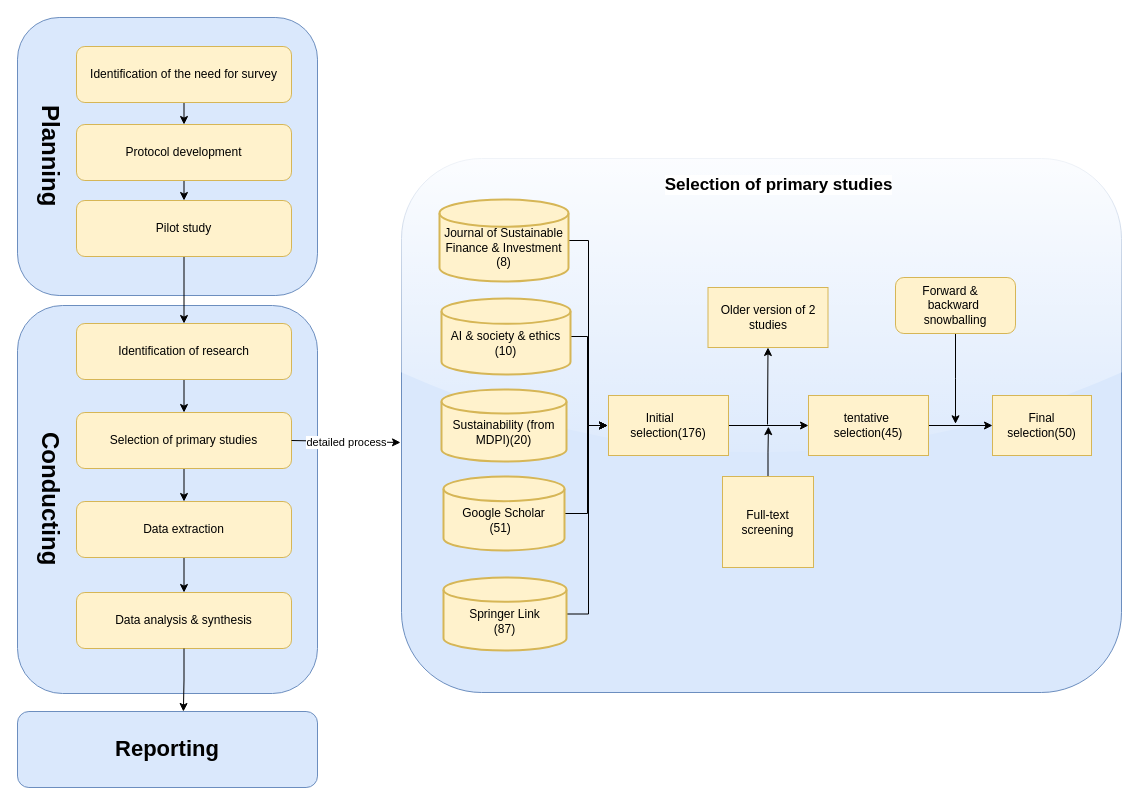
Above: Untitled Diagram.drawio in Micright/Lucas-Li (draw.io), before the change. Source tidied: cells renumbered, new cells numbered last; positions are measured from the earlier drawing's top-left corner, leaving out a move shared by most shapes. Both pictures are drawn from the tidied source at 100%, with x=0, y=0 at pixel (17, 17).
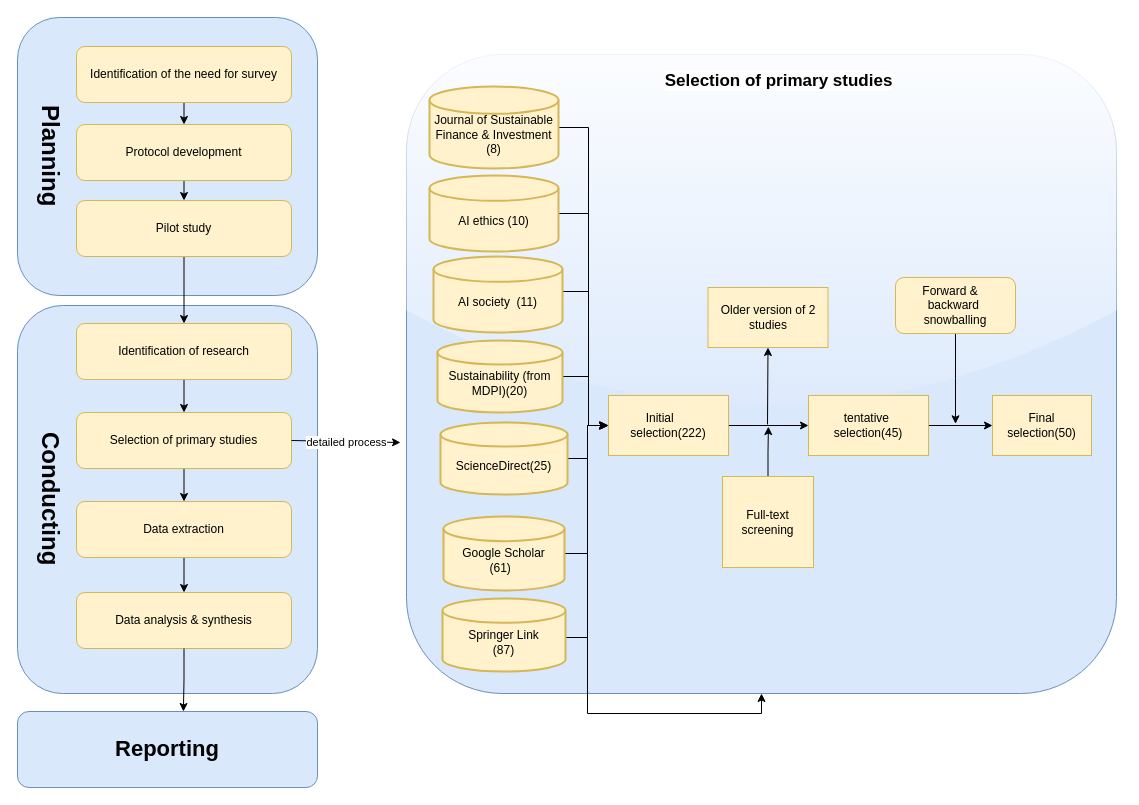
After the change.

The edit, as a diff of the source:
```diff
@@
     <mxCell id="21" value="&lt;span&gt;&lt;font style=&quot;font-size: 17px;&quot;&gt;&lt;b&gt;Selection of primary studies&lt;/b&gt;&lt;/font&gt;&lt;/span&gt;" style="rounded=1;whiteSpace=wrap;html=1;align=center;glass=1;verticalAlign=top;spacingLeft=35;spacingTop=10;labelBackgroundColor=default;fillColor=#dae8fc;strokeColor=#6c8ebf;" parent="1" vertex="1">
-      <mxGeometry x="384" y="141" width="720" height="534" as="geometry" />
+      <mxGeometry x="389" y="37" width="710" height="639" as="geometry" />
     </mxCell>
     <mxCell id="22" style="edgeStyle=orthogonalEdgeStyle;rounded=0;jettySize=auto;html=1;exitX=1;exitY=0.5;exitDx=0;exitDy=0;exitPerimeter=0;entryX=0;entryY=0.5;entryDx=0;entryDy=0;" parent="1" edge="1" source="23">
       <mxGeometry relative="1" as="geometry">
         <mxPoint x="590" y="408" as="targetPoint" />
         <Array as="points">
-          <mxPoint x="570" y="496" />
+          <mxPoint x="570" y="536" />
           <mxPoint x="570" y="408" />
         </Array>
       </mxGeometry>
     </mxCell>
-    <mxCell id="23" value="&lt;div&gt;&lt;br&gt;&lt;/div&gt;Google Scholar&lt;br&gt;(51)&amp;nbsp;&amp;nbsp;" style="strokeWidth=2;html=1;shape=mxgraph.flowchart.database;whiteSpace=wrap;fillColor=#fff2cc;strokeColor=#d6b656;" parent="1" vertex="1">
-      <mxGeometry x="426" y="459" width="121" height="74" as="geometry" />
+    <mxCell id="23" value="&lt;div&gt;&lt;br&gt;&lt;/div&gt;Google Scholar&lt;br&gt;(61)&amp;nbsp;&amp;nbsp;" style="strokeWidth=2;html=1;shape=mxgraph.flowchart.database;whiteSpace=wrap;fillColor=#fff2cc;strokeColor=#d6b656;" parent="1" vertex="1">
+      <mxGeometry x="426" y="499" width="121" height="74" as="geometry" />
     </mxCell>
     <mxCell id="24" style="edgeStyle=orthogonalEdgeStyle;rounded=0;jettySize=auto;html=1;exitX=1;exitY=0.5;exitDx=0;exitDy=0;exitPerimeter=0;entryX=0;entryY=0.5;entryDx=0;entryDy=0;" parent="1" edge="1" source="25">
       <mxGeometry relative="1" as="geometry">
         <mxPoint x="590" y="408" as="targetPoint" />
         <Array as="points">
-          <mxPoint x="571" y="597" />
-          <mxPoint x="571" y="408" />
+          <mxPoint x="548" y="620" />
+          <mxPoint x="570" y="620" />
+          <mxPoint x="570" y="408" />
         </Array>
       </mxGeometry>
     </mxCell>
     <mxCell id="25" value="&lt;div&gt;&lt;br&gt;&lt;/div&gt;Springer Link&lt;br&gt;(87)" style="strokeWidth=2;html=1;shape=mxgraph.flowchart.database;whiteSpace=wrap;fillColor=#fff2cc;strokeColor=#d6b656;" parent="1" vertex="1">
-      <mxGeometry x="426" y="560" width="123" height="73" as="geometry" />
+      <mxGeometry x="425" y="581" width="123" height="73" as="geometry" />
     </mxCell>
     <mxCell id="26" style="edgeStyle=orthogonalEdgeStyle;rounded=0;jettySize=auto;html=1;exitX=1;exitY=0.5;exitDx=0;exitDy=0;exitPerimeter=0;entryX=0;entryY=0.5;entryDx=0;entryDy=0;" parent="1" edge="1" source="27">
       <mxGeometry relative="1" as="geometry">
         <mxPoint x="590" y="408" as="targetPoint" />
         <Array as="points">
-          <mxPoint x="571" y="223" />
+          <mxPoint x="571" y="110" />
           <mxPoint x="571" y="408" />
         </Array>
       </mxGeometry>
     </mxCell>
     <mxCell id="27" value="&lt;div&gt;&lt;br&gt;&lt;/div&gt;Journal of Sustainable Finance &amp;amp; Investment&lt;div&gt;(8)&lt;/div&gt;" style="strokeWidth=2;html=1;shape=mxgraph.flowchart.database;whiteSpace=wrap;fillColor=#fff2cc;strokeColor=#d6b656;" parent="1" vertex="1">
-      <mxGeometry x="422" y="182" width="129" height="82" as="geometry" />
+      <mxGeometry x="412" y="69" width="129" height="82" as="geometry" />
     </mxCell>
+    <mxCell id="43" style="edgeStyle=orthogonalEdgeStyle;rounded=0;jettySize=auto;html=1;exitX=1;exitY=0.5;exitDx=0;exitDy=0;exitPerimeter=0;entryX=0;entryY=0.5;entryDx=0;entryDy=0;" parent="1" edge="1" source="28" target="33">
+      <mxGeometry relative="1" as="geometry">
+        <Array as="points">
+          <mxPoint x="571" y="359" />
+          <mxPoint x="571" y="408" />
+        </Array>
+      </mxGeometry>
+    </mxCell>
     <mxCell id="28" value="&lt;div&gt;&lt;br&gt;&lt;/div&gt;Sustainability (from MDPI)(20)" style="strokeWidth=2;html=1;shape=mxgraph.flowchart.database;whiteSpace=wrap;fillColor=#fff2cc;strokeColor=#d6b656;" parent="1" vertex="1">
-      <mxGeometry x="424" y="372" width="125" height="72" as="geometry" />
+      <mxGeometry x="420" y="323" width="125" height="72" as="geometry" />
     </mxCell>
     <mxCell id="29" style="edgeStyle=orthogonalEdgeStyle;rounded=0;jettySize=auto;html=1;exitX=1;exitY=0.5;exitDx=0;exitDy=0;exitPerimeter=0;entryX=0;entryY=0.5;entryDx=0;entryDy=0;" parent="1" edge="1" source="30">
       <mxGeometry relative="1" as="geometry">
         <mxPoint x="590" y="408" as="targetPoint" />
         <Array as="points">
-          <mxPoint x="570" y="319" />
-          <mxPoint x="570" y="408" />
+          <mxPoint x="571" y="196" />
+          <mxPoint x="571" y="408" />
         </Array>
       </mxGeometry>
     </mxCell>
-    <mxCell id="30" value="&lt;div&gt;&lt;br&gt;&lt;/div&gt;AI &amp;amp; society &amp;amp; ethics (10)" style="strokeWidth=2;html=1;shape=mxgraph.flowchart.database;whiteSpace=wrap;fillColor=#fff2cc;strokeColor=#d6b656;" parent="1" vertex="1">
-      <mxGeometry x="424" y="281" width="129" height="76" as="geometry" />
+    <mxCell id="30" value="&lt;div&gt;&lt;br&gt;&lt;/div&gt;AI ethics (10)" style="strokeWidth=2;html=1;shape=mxgraph.flowchart.database;whiteSpace=wrap;fillColor=#fff2cc;strokeColor=#d6b656;" parent="1" vertex="1">
+      <mxGeometry x="412" y="158" width="129" height="76" as="geometry" />
     </mxCell>
@@
-    <mxCell id="33" value="Initial&amp;nbsp; &amp;nbsp; &amp;nbsp; selection(176)" style="rounded=0;whiteSpace=wrap;html=1;fillColor=#fff2cc;strokeColor=#d6b656;" parent="1" vertex="1">
+    <mxCell id="33" value="Initial&amp;nbsp; &amp;nbsp; &amp;nbsp; selection(222)" style="rounded=0;whiteSpace=wrap;html=1;fillColor=#fff2cc;strokeColor=#d6b656;" parent="1" vertex="1">
       <mxGeometry x="591" y="378" width="120" height="60" as="geometry" />
     </mxCell>
@@
+    <mxCell id="44" style="edgeStyle=orthogonalEdgeStyle;rounded=0;jettySize=auto;html=1;exitX=1;exitY=0.5;exitDx=0;exitDy=0;exitPerimeter=0;entryX=0;entryY=0.5;entryDx=0;entryDy=0;" parent="1" edge="1" source="45" target="33">
+      <mxGeometry relative="1" as="geometry">
+        <Array as="points">
+          <mxPoint x="545" y="274" />
+          <mxPoint x="571" y="274" />
+          <mxPoint x="571" y="408" />
+        </Array>
+      </mxGeometry>
+    </mxCell>
+    <mxCell id="45" value="&lt;div&gt;&lt;br&gt;&lt;/div&gt;AI society&amp;nbsp; (11)" style="strokeWidth=2;html=1;shape=mxgraph.flowchart.database;whiteSpace=wrap;fillColor=#fff2cc;strokeColor=#d6b656;" parent="1" vertex="1">
+      <mxGeometry x="416" y="239" width="129" height="76" as="geometry" />
+    </mxCell>
+    <mxCell id="46" style="edgeStyle=orthogonalEdgeStyle;rounded=0;jettySize=auto;html=1;exitX=1;exitY=0.5;exitDx=0;exitDy=0;exitPerimeter=0;" parent="1" edge="1" source="47" target="21">
+      <mxGeometry relative="1" as="geometry" />
+    </mxCell>
+    <mxCell id="47" value="&lt;div&gt;&lt;br&gt;&lt;/div&gt;ScienceDirect(25)" style="strokeWidth=2;html=1;shape=mxgraph.flowchart.database;whiteSpace=wrap;fillColor=#fff2cc;strokeColor=#d6b656;" parent="1" vertex="1">
+      <mxGeometry x="423" y="405" width="127" height="72" as="geometry" />
+    </mxCell>
```
